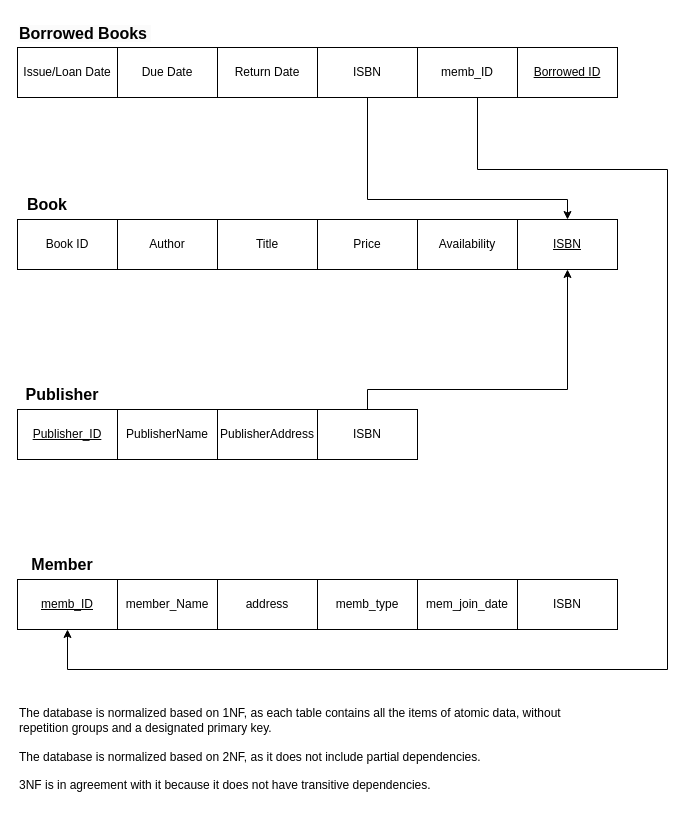
The draw.io diagram Untitled Diagram.drawio in sergio-oliveira-br/Database, before the edit. Source tidied: cells renumbered, new cells numbered last; positions are measured from the earlier drawing's top-left corner, leaving out a move shared by most shapes. Both pictures are drawn from the tidied source at 100%, with x=0, y=0 at pixel (17, 17).
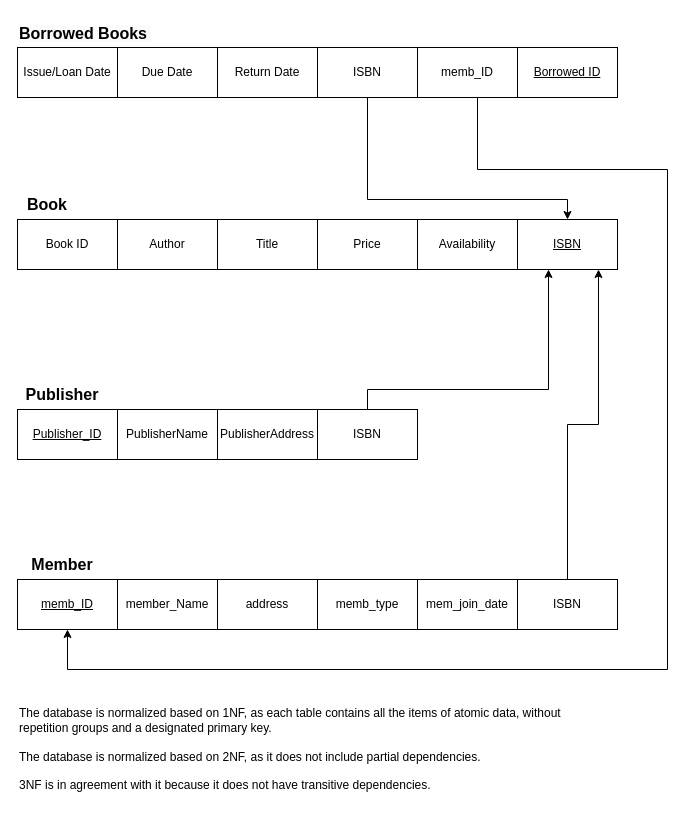
Above is the later version.

The change refers to these unchanged cells:
```xml
<mxCell id="7" value="ISBN" style="rounded=0;whiteSpace=wrap;html=1;fontStyle=4;" parent="1" vertex="1">
  <mxGeometry x="500" y="202" width="100" height="50" as="geometry" />
</mxCell>
<mxCell id="15" value="ISBN" style="rounded=0;whiteSpace=wrap;html=1;" parent="1" vertex="1">
  <mxGeometry x="300" y="392" width="100" height="50" as="geometry" />
</mxCell>
<mxCell id="25" value="ISBN" style="rounded=0;whiteSpace=wrap;html=1;" parent="1" vertex="1">
  <mxGeometry x="500" y="562" width="100" height="50" as="geometry" />
</mxCell>
```

Diff of the diagram source:
```diff
@@
     <mxCell id="14" style="edgeStyle=orthogonalEdgeStyle;rounded=0;jettySize=auto;html=1;" parent="1" edge="1" source="15" target="7">
       <mxGeometry relative="1" as="geometry">
         <Array as="points">
           <mxPoint x="350" y="372" />
-          <mxPoint x="550" y="372" />
+          <mxPoint x="531" y="372" />
         </Array>
       </mxGeometry>
     </mxCell>
@@
+    <mxCell id="32" style="edgeStyle=orthogonalEdgeStyle;rounded=0;jettySize=auto;html=1;" parent="1" edge="1" source="25" target="7">
+      <mxGeometry relative="1" as="geometry">
+        <Array as="points">
+          <mxPoint x="550" y="407" />
+          <mxPoint x="581" y="407" />
+        </Array>
+      </mxGeometry>
+    </mxCell>
```
